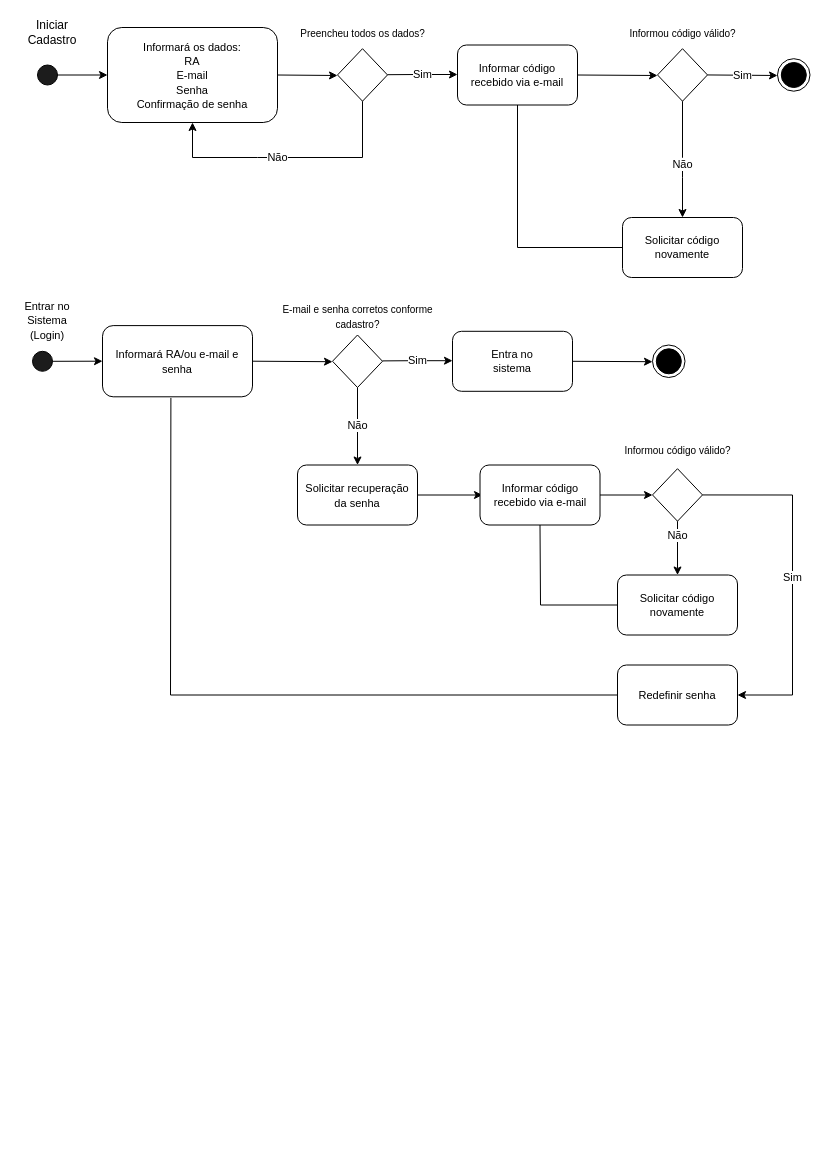
This is projeto/Diagrama sem nome.drawio from edueevaristo/atividade-fabricadeprojetos, a draw.io file, before an edit. Source tidied: cells renumbered, new cells numbered last; positions are measured from the earlier drawing's top-left corner, leaving out a move shared by most shapes. Both pictures are drawn from the tidied source at 100%, with x=0, y=0 at pixel (17, 17).
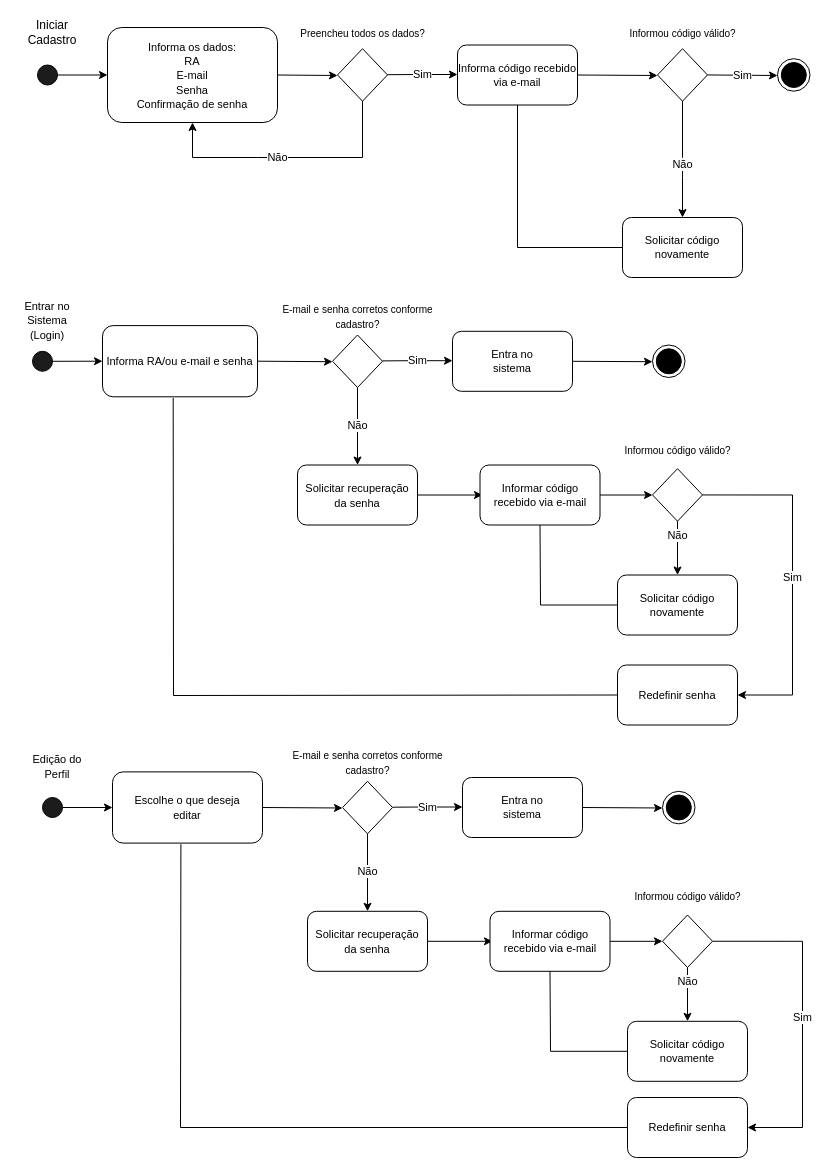
Above is the later version.

Unchanged cells that the change refers to:
```xml
<mxCell id="44" value="Redefinir senha" style="rounded=1;whiteSpace=wrap;html=1;fontSize=11;" parent="1" vertex="1">
  <mxGeometry x="600" y="647.5" width="120" height="60" as="geometry" />
</mxCell>
```

Change to the diagram source:
```diff
@@
-    <mxCell id="5" value="&lt;font style=&quot;font-size: 11px;&quot;&gt;Informará os dados:&lt;br&gt;RA&lt;br&gt;E-mail&lt;br&gt;Senha&lt;br&gt;Confirmação de senha&lt;/font&gt;" style="rounded=1;whiteSpace=wrap;html=1;" parent="1" vertex="1">
+    <mxCell id="5" value="&lt;font style=&quot;font-size: 11px;&quot;&gt;Informa os dados:&lt;br&gt;RA&lt;br&gt;E-mail&lt;br&gt;Senha&lt;br&gt;Confirmação de senha&lt;/font&gt;" style="rounded=1;whiteSpace=wrap;html=1;" parent="1" vertex="1">
       <mxGeometry x="90" y="10" width="170" height="95" as="geometry" />
     </mxCell>
@@
-    <mxCell id="11" value="Informar código recebido via e-mail" style="rounded=1;whiteSpace=wrap;html=1;fontSize=11;" parent="1" vertex="1">
+    <mxCell id="11" value="Informa código recebido via e-mail" style="rounded=1;whiteSpace=wrap;html=1;fontSize=11;" parent="1" vertex="1">
       <mxGeometry x="440" y="27.5" width="120" height="60" as="geometry" />
     </mxCell>
@@
-    <mxCell id="23" value="&lt;font style=&quot;font-size: 11px;&quot;&gt;Informará RA/ou e-mail e senha&lt;br&gt;&lt;/font&gt;" style="rounded=1;whiteSpace=wrap;html=1;" parent="1" vertex="1">
-      <mxGeometry x="85" y="308.1" width="150" height="71.2" as="geometry" />
+    <mxCell id="23" value="&lt;font style=&quot;font-size: 11px;&quot;&gt;Informa RA/ou e-mail e senha&lt;br&gt;&lt;/font&gt;" style="rounded=1;whiteSpace=wrap;html=1;" parent="1" vertex="1">
+      <mxGeometry x="85" y="308.1" width="155" height="71.2" as="geometry" />
     </mxCell>
@@
     <mxCell id="45" style="endArrow=none;html=1;rounded=0;entryX=0;entryY=0.5;entryDx=0;entryDy=0;exitX=0.456;exitY=1.016;exitDx=0;exitDy=0;exitPerimeter=0;" parent="1" edge="1" source="23" target="44">
       <mxGeometry relative="1" as="geometry">
         <Array as="points">
-          <mxPoint x="153" y="677.5" />
+          <mxPoint x="156" y="678" />
         </Array>
       </mxGeometry>
     </mxCell>
+    <mxCell id="46" style="ellipse;whiteSpace=wrap;html=1;fillColor=#1C1C1C;" parent="1" vertex="1">
+      <mxGeometry x="25" y="780" width="20" height="20" as="geometry" />
+    </mxCell>
+    <mxCell id="47" style="endArrow=classic;html=1;rounded=0;exitX=1;exitY=0.5;exitDx=0;exitDy=0;entryX=0;entryY=0.5;entryDx=0;entryDy=0;" parent="1" edge="1" source="46" target="48">
+      <mxGeometry relative="1" as="geometry" />
+    </mxCell>
+    <mxCell id="48" value="&lt;font style=&quot;font-size: 11px;&quot;&gt;Escolhe o que deseja&lt;br&gt;editar&lt;br&gt;&lt;/font&gt;" style="rounded=1;whiteSpace=wrap;html=1;" parent="1" vertex="1">
+      <mxGeometry x="95" y="754.4" width="150" height="71.2" as="geometry" />
+    </mxCell>
+    <mxCell id="49" style="endArrow=classic;html=1;rounded=0;exitX=1;exitY=0.5;exitDx=0;exitDy=0;" parent="1" edge="1" source="48">
+      <mxGeometry relative="1" as="geometry">
+        <mxPoint x="325" y="790.5" as="targetPoint" />
+      </mxGeometry>
+    </mxCell>
+    <mxCell id="50" style="rhombus;whiteSpace=wrap;html=1;" parent="1" vertex="1">
+      <mxGeometry x="325" y="763.8" width="50" height="52.5" as="geometry" />
+    </mxCell>
+    <mxCell id="51" value="&lt;font style=&quot;font-size: 10px;&quot;&gt;E-mail e senha corretos conforme cadastro?&lt;/font&gt;" style="text;strokeColor=none;align=center;fillColor=none;html=1;verticalAlign=middle;whiteSpace=wrap;rounded=0;" parent="1" vertex="1">
+      <mxGeometry x="272.5" y="730" width="155" height="30" as="geometry" />
+    </mxCell>
+    <mxCell id="52" value="Sim" style="endArrow=classic;html=1;rounded=0;exitX=1;exitY=0.5;exitDx=0;exitDy=0;" parent="1" edge="1">
+      <mxGeometry relative="1" as="geometry">
+        <mxPoint x="375" y="789.7" as="sourcePoint" />
+        <mxPoint x="445" y="789.5" as="targetPoint" />
+        <Array as="points">
+          <mxPoint x="405" y="789.5" />
+        </Array>
+      </mxGeometry>
+    </mxCell>
+    <mxCell id="53" value="Não" style="endArrow=classic;html=1;rounded=0;exitX=0.5;exitY=1;exitDx=0;exitDy=0;" parent="1" edge="1" source="50">
+      <mxGeometry x="-0.03" relative="1" as="geometry">
+        <mxPoint x="350" y="893.8" as="targetPoint" />
+      </mxGeometry>
+    </mxCell>
+    <mxCell id="54" value="Entra no&lt;br&gt;sistema" style="rounded=1;whiteSpace=wrap;html=1;fontSize=11;" parent="1" vertex="1">
+      <mxGeometry x="445" y="760" width="120" height="60" as="geometry" />
+    </mxCell>
+    <mxCell id="55" style="endArrow=classic;html=1;rounded=0;exitX=1;exitY=0.5;exitDx=0;exitDy=0;" parent="1" edge="1" source="54">
+      <mxGeometry relative="1" as="geometry">
+        <mxPoint x="645" y="790.5" as="targetPoint" />
+      </mxGeometry>
+    </mxCell>
+    <mxCell id="56" style="ellipse;whiteSpace=wrap;html=1;" parent="1" vertex="1">
+      <mxGeometry x="645" y="773.8" width="32.5" height="32.5" as="geometry" />
+    </mxCell>
+    <mxCell id="57" style="ellipse;whiteSpace=wrap;html=1;fillColor=#000000;labelBackgroundColor=#000000;" parent="1" vertex="1">
+      <mxGeometry x="648.8" y="777.5" width="25" height="25" as="geometry" />
+    </mxCell>
+    <mxCell id="58" value="&lt;span style=&quot;font-size: 11px;&quot;&gt;Edição do Perfil&lt;/span&gt;" style="text;strokeColor=none;align=center;fillColor=none;html=1;verticalAlign=middle;whiteSpace=wrap;rounded=0;" parent="1" vertex="1">
+      <mxGeometry x="10" y="733.8" width="60" height="30" as="geometry" />
+    </mxCell>
+    <mxCell id="59" value="&lt;font style=&quot;font-size: 11px;&quot;&gt;Solicitar recuperação&lt;br&gt;da senha&lt;/font&gt;" style="rounded=1;whiteSpace=wrap;html=1;" parent="1" vertex="1">
+      <mxGeometry x="290" y="893.8" width="120" height="60" as="geometry" />
+    </mxCell>
+    <mxCell id="60" style="endArrow=classic;html=1;rounded=0;exitX=1;exitY=0.5;exitDx=0;exitDy=0;" parent="1" edge="1" source="59">
+      <mxGeometry relative="1" as="geometry">
+        <mxPoint x="475" y="923.8" as="targetPoint" />
+      </mxGeometry>
+    </mxCell>
+    <mxCell id="61" value="Informar código recebido via e-mail" style="rounded=1;whiteSpace=wrap;html=1;fontSize=11;" parent="1" vertex="1">
+      <mxGeometry x="472.5" y="893.8" width="120" height="60" as="geometry" />
+    </mxCell>
+    <mxCell id="62" style="endArrow=classic;html=1;rounded=0;exitX=1;exitY=0.5;exitDx=0;exitDy=0;" parent="1" edge="1" source="61">
+      <mxGeometry relative="1" as="geometry">
+        <mxPoint x="645" y="923.8" as="targetPoint" />
+      </mxGeometry>
+    </mxCell>
+    <mxCell id="63" style="rhombus;whiteSpace=wrap;html=1;" parent="1" vertex="1">
+      <mxGeometry x="645" y="897.5" width="50" height="52.5" as="geometry" />
+    </mxCell>
+    <mxCell id="64" value="&lt;font style=&quot;font-size: 10px;&quot;&gt;Informou código válido?&lt;/font&gt;" style="text;strokeColor=none;align=center;fillColor=none;html=1;verticalAlign=middle;whiteSpace=wrap;rounded=0;" parent="1" vertex="1">
+      <mxGeometry x="592.5" y="863.8" width="155" height="30" as="geometry" />
+    </mxCell>
+    <mxCell id="65" value="Não" style="endArrow=classic;html=1;rounded=0;exitX=0.5;exitY=1;exitDx=0;exitDy=0;" parent="1" edge="1" source="63">
+      <mxGeometry x="-0.49" relative="1" as="geometry">
+        <mxPoint x="670" y="1003.8" as="targetPoint" />
+      </mxGeometry>
+    </mxCell>
+    <mxCell id="66" value="Solicitar código&lt;br&gt;novamente" style="rounded=1;whiteSpace=wrap;html=1;fontSize=11;" parent="1" vertex="1">
+      <mxGeometry x="610" y="1003.8" width="120" height="60" as="geometry" />
+    </mxCell>
+    <mxCell id="67" style="endArrow=none;html=1;rounded=0;entryX=0;entryY=0.5;entryDx=0;entryDy=0;exitX=0.5;exitY=1;exitDx=0;exitDy=0;" parent="1" edge="1" source="61" target="66">
+      <mxGeometry relative="1" as="geometry">
+        <Array as="points">
+          <mxPoint x="533" y="1033.8" />
+        </Array>
+      </mxGeometry>
+    </mxCell>
+    <mxCell id="68" value="Sim" style="endArrow=classic;html=1;rounded=0;exitX=1;exitY=0.5;exitDx=0;exitDy=0;entryX=1;entryY=0.5;entryDx=0;entryDy=0;" parent="1" edge="1" source="63" target="69">
+      <mxGeometry relative="1" as="geometry">
+        <Array as="points">
+          <mxPoint x="785" y="923.8" />
+          <mxPoint x="785" y="1110" />
+        </Array>
+      </mxGeometry>
+    </mxCell>
+    <mxCell id="69" value="Redefinir senha" style="rounded=1;whiteSpace=wrap;html=1;fontSize=11;" parent="1" vertex="1">
+      <mxGeometry x="610" y="1080" width="120" height="60" as="geometry" />
+    </mxCell>
+    <mxCell id="70" style="endArrow=none;html=1;rounded=0;entryX=0;entryY=0.5;entryDx=0;entryDy=0;exitX=0.456;exitY=1.016;exitDx=0;exitDy=0;exitPerimeter=0;" parent="1" edge="1" source="48" target="69">
+      <mxGeometry relative="1" as="geometry">
+        <Array as="points">
+          <mxPoint x="163" y="1110" />
+        </Array>
+      </mxGeometry>
+    </mxCell>
```
